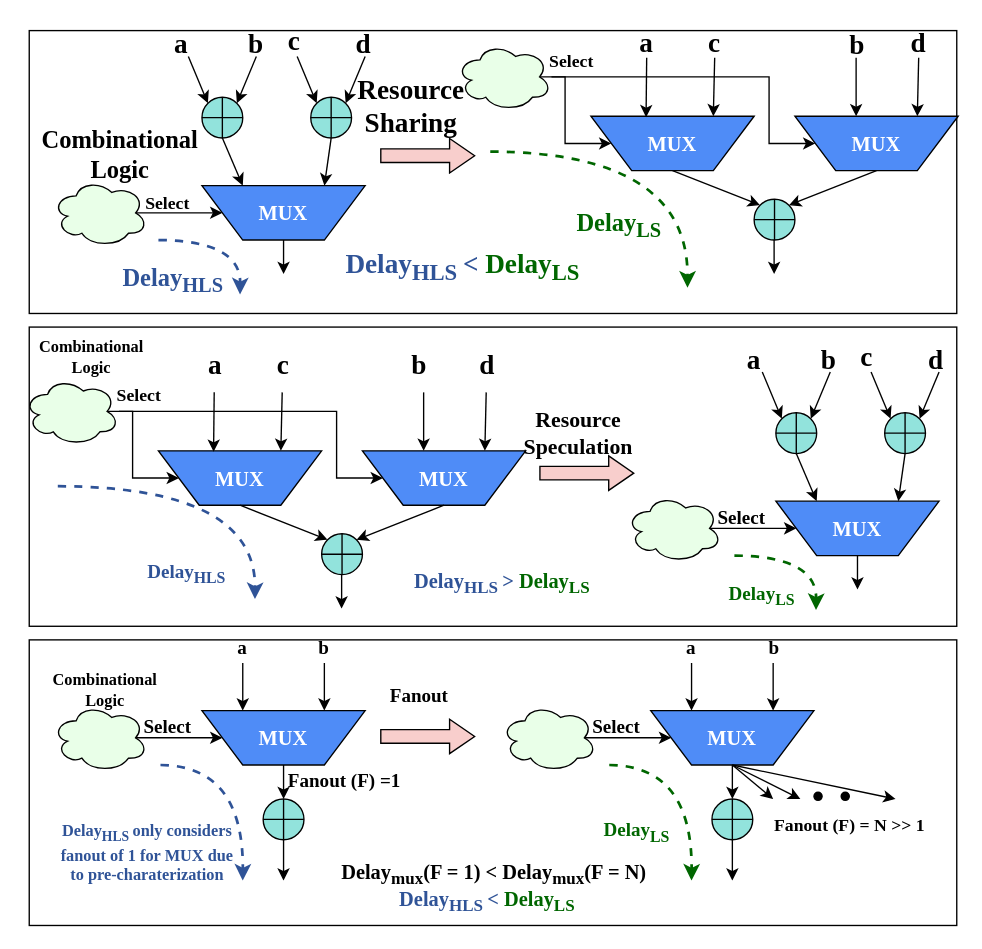
kxzhu0505/Delay-Padding-For-Multi-corner keeps this draw.io diagram as hlsls.drawio. Above is the earlier version. Source tidied: cells renumbered, new cells numbered last; positions are measured from the earlier drawing's top-left corner, leaving out a move shared by most shapes. Both pictures are drawn from the tidied source at 136%, with x=0, y=0 at pixel (23, 26).
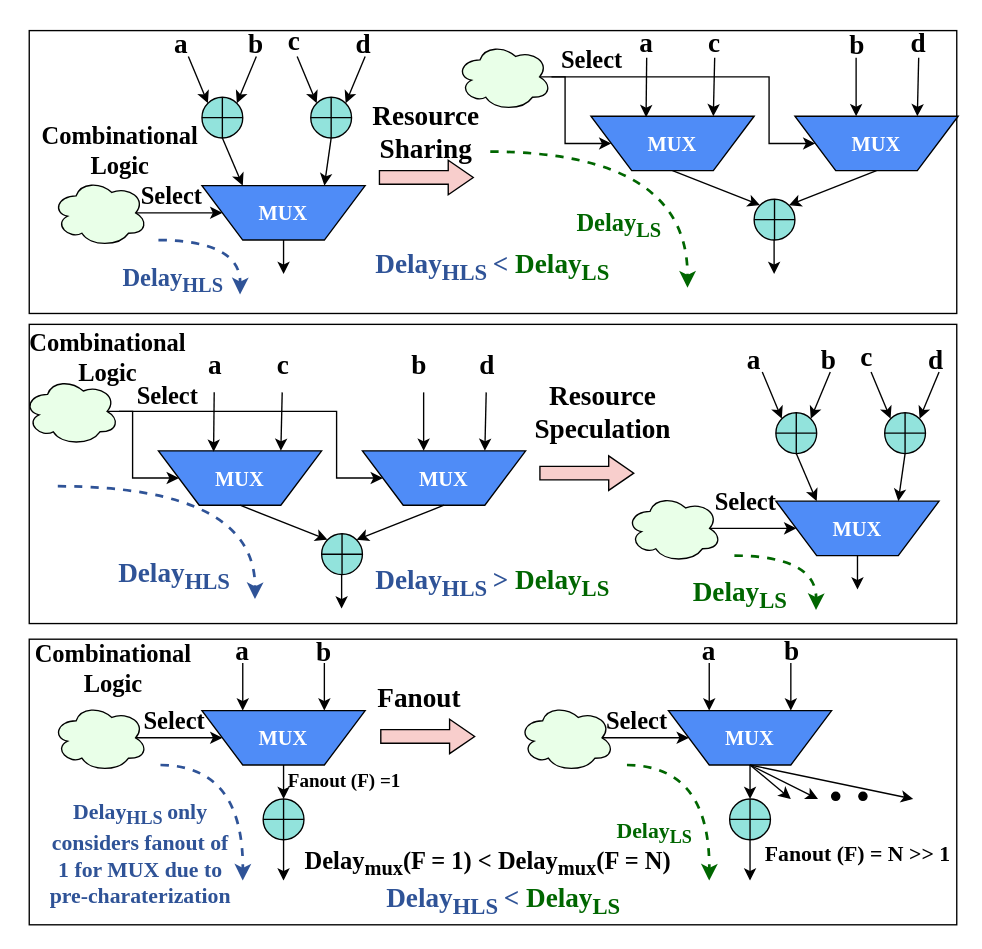
After the change.

The change refers to these unchanged cells:
```xml
<mxCell id="107" style="shape=trapezoid;perimeter=trapezoidPerimeter;whiteSpace=wrap;html=1;fixedSize=1;size=30;rotation=-180;fillColor=light-dark(#4f8cf7, #ededed);fontFamily=Times New Roman;" parent="106" vertex="1">
  <mxGeometry width="120" height="40" as="geometry" />
</mxCell>
```

The edit, as a diff of the source:
```diff
@@
     <mxCell id="2" style="rounded=0;whiteSpace=wrap;html=1;fontFamily=Times New Roman;" parent="1" vertex="1">
-      <mxGeometry x="4" y="451" width="682" height="210" as="geometry" />
+      <mxGeometry x="4" y="450.5" width="682" height="210" as="geometry" />
     </mxCell>
     <mxCell id="3" style="rounded=0;whiteSpace=wrap;html=1;fontFamily=Times New Roman;" parent="1" vertex="1">
-      <mxGeometry x="4" y="221" width="682" height="220" as="geometry" />
+      <mxGeometry x="4" y="219" width="682" height="220" as="geometry" />
     </mxCell>
@@
     <mxCell id="15" value="&lt;font style=&quot;font-size: 18px;&quot;&gt;Combinational&lt;/font&gt;&lt;div&gt;&lt;font style=&quot;font-size: 18px;&quot;&gt;Logic&lt;/font&gt;&lt;/div&gt;" style="text;html=1;align=center;verticalAlign=middle;whiteSpace=wrap;rounded=0;fontFamily=Times New Roman;fontStyle=1;" parent="1" vertex="1">
-      <mxGeometry x="21" y="80" width="100" height="30" as="geometry" />
+      <mxGeometry x="21" y="77" width="100" height="30" as="geometry" />
     </mxCell>
@@
     <mxCell id="30" style="shape=flexArrow;endArrow=classic;html=1;rounded=0;endWidth=14.35897435897436;endSize=5.805128205128206;fontFamily=Times New Roman;fillColor=#f8cecc;strokeColor=#000000;" parent="1" edge="1">
       <mxGeometry relative="1" as="geometry">
-        <mxPoint x="262" y="95" as="sourcePoint" />
-        <mxPoint x="332" y="95" as="targetPoint" />
+        <mxPoint x="261" y="111" as="sourcePoint" />
+        <mxPoint x="331" y="111" as="targetPoint" />
       </mxGeometry>
     </mxCell>
     <mxCell id="31" value="&lt;font style=&quot;font-size: 20px;&quot;&gt;&lt;b style=&quot;&quot;&gt;Resource&lt;/b&gt;&lt;/font&gt;&lt;div&gt;&lt;font style=&quot;font-size: 20px;&quot;&gt;&lt;b style=&quot;&quot;&gt;Sharing&lt;/b&gt;&lt;/font&gt;&lt;/div&gt;" style="text;html=1;align=center;verticalAlign=middle;whiteSpace=wrap;rounded=0;fontFamily=Times New Roman;" parent="1" vertex="1">
-      <mxGeometry x="235" y="43" width="100" height="30" as="geometry" />
+      <mxGeometry x="246" y="62" width="100" height="30" as="geometry" />
     </mxCell>
@@
-    <mxCell id="47" value="&lt;font&gt;Select&lt;/font&gt;" style="text;html=1;align=center;verticalAlign=middle;whiteSpace=wrap;rounded=0;fontFamily=Times New Roman;fontStyle=1;fontSize=13;" parent="1" vertex="1">
-      <mxGeometry x="81" y="117" width="50" height="25" as="geometry" />
+    <mxCell id="47" value="&lt;font style=&quot;font-size: 18px;&quot;&gt;Select&lt;/font&gt;" style="text;html=1;align=center;verticalAlign=middle;whiteSpace=wrap;rounded=0;fontFamily=Times New Roman;fontStyle=1;fontSize=13;" parent="1" vertex="1">
+      <mxGeometry x="84" y="112" width="50" height="25" as="geometry" />
     </mxCell>
-    <mxCell id="48" value="&lt;b&gt;Select&lt;/b&gt;" style="text;html=1;align=center;verticalAlign=middle;whiteSpace=wrap;rounded=0;fontFamily=Times New Roman;fontSize=13;" parent="1" vertex="1">
-      <mxGeometry x="378" y="12" width="50" height="25" as="geometry" />
-    </mxCell>
     <mxCell id="49" value="&lt;font style=&quot;font-size: 20px;&quot;&gt;&lt;font style=&quot;&quot;&gt;&lt;font style=&quot;color: rgb(47, 83, 151);&quot;&gt;Delay&lt;sub style=&quot;&quot;&gt;HLS&amp;nbsp;&lt;/sub&gt;&amp;lt;&amp;nbsp;&lt;/font&gt;&lt;/font&gt;&lt;font style=&quot;color: rgb(0, 102, 0);&quot;&gt;Delay&lt;sub style=&quot;&quot;&gt;LS&lt;/sub&gt;&lt;/font&gt;&lt;/font&gt;" style="text;html=1;align=center;verticalAlign=middle;whiteSpace=wrap;rounded=0;fontFamily=Times New Roman;fontStyle=1;" parent="1" vertex="1">
-      <mxGeometry x="258" y="162" width="130" height="30" as="geometry" />
+      <mxGeometry x="280" y="162" width="130" height="30" as="geometry" />
     </mxCell>
@@
-    <mxCell id="68" value="&lt;span&gt;&lt;font style=&quot;color: rgb(47, 83, 151);&quot;&gt;Delay&lt;sub&gt;HLS&lt;/sub&gt;&lt;/font&gt;&lt;/span&gt;" style="text;html=1;align=center;verticalAlign=middle;whiteSpace=wrap;rounded=0;fontFamily=Times New Roman;fontStyle=1;fontSize=14;" parent="1" vertex="1">
-      <mxGeometry x="70" y="388" width="100" height="30" as="geometry" />
+    <mxCell id="68" value="&lt;span&gt;&lt;font style=&quot;color: rgb(47, 83, 151); font-size: 20px;&quot;&gt;Delay&lt;sub&gt;HLS&lt;/sub&gt;&lt;/font&gt;&lt;/span&gt;" style="text;html=1;align=center;verticalAlign=middle;whiteSpace=wrap;rounded=0;fontFamily=Times New Roman;fontStyle=1;fontSize=14;" parent="1" vertex="1">
+      <mxGeometry x="61" y="389" width="100" height="30" as="geometry" />
     </mxCell>
-    <mxCell id="69" value="Select" style="text;html=1;align=center;verticalAlign=middle;whiteSpace=wrap;rounded=0;fontFamily=Times New Roman;fontStyle=1;fontSize=13;" parent="1" vertex="1">
-      <mxGeometry x="60" y="258" width="50" height="25" as="geometry" />
-    </mxCell>
-    <mxCell id="70" value="&lt;font style=&quot;font-size: 15px;&quot;&gt;&lt;span style=&quot;&quot;&gt;&lt;font style=&quot;&quot;&gt;&lt;font style=&quot;color: rgb(47, 83, 151);&quot;&gt;Delay&lt;sub style=&quot;&quot;&gt;HLS&amp;nbsp;&lt;/sub&gt;&amp;gt;&amp;nbsp;&lt;/font&gt;&lt;/font&gt;&lt;/span&gt;&lt;span style=&quot;&quot;&gt;&lt;font style=&quot;color: rgb(0, 102, 0);&quot;&gt;Delay&lt;sub style=&quot;&quot;&gt;LS&lt;/sub&gt;&lt;/font&gt;&lt;/span&gt;&lt;/font&gt;" style="text;html=1;align=center;verticalAlign=middle;whiteSpace=wrap;rounded=0;fontFamily=Times New Roman;fontStyle=1;" parent="1" vertex="1">
-      <mxGeometry x="287" y="394" width="130" height="30" as="geometry" />
+    <mxCell id="70" value="&lt;font style=&quot;font-size: 20px;&quot;&gt;&lt;font style=&quot;&quot;&gt;&lt;font style=&quot;color: rgb(47, 83, 151);&quot;&gt;Delay&lt;sub style=&quot;&quot;&gt;HLS&amp;nbsp;&lt;/sub&gt;&amp;gt;&amp;nbsp;&lt;/font&gt;&lt;/font&gt;&lt;font style=&quot;color: rgb(0, 102, 0);&quot;&gt;Delay&lt;sub style=&quot;&quot;&gt;LS&lt;/sub&gt;&lt;/font&gt;&lt;/font&gt;" style="text;html=1;align=center;verticalAlign=middle;whiteSpace=wrap;rounded=0;fontFamily=Times New Roman;fontStyle=1;" parent="1" vertex="1">
+      <mxGeometry x="280" y="394" width="130" height="30" as="geometry" />
     </mxCell>
@@
-    <mxCell id="75" value="Combinational&lt;div&gt;Logic&lt;/div&gt;" style="text;html=1;align=center;verticalAlign=middle;whiteSpace=wrap;rounded=0;fontFamily=Times New Roman;fontStyle=1;" parent="1" vertex="1">
-      <mxGeometry y="228" width="100" height="30" as="geometry" />
-    </mxCell>
@@
-    <mxCell id="87" value="&lt;span&gt;&lt;font style=&quot;color: rgb(0, 102, 0);&quot;&gt;Delay&lt;sub&gt;LS&lt;/sub&gt;&lt;/font&gt;&lt;/span&gt;" style="text;html=1;align=center;verticalAlign=middle;whiteSpace=wrap;rounded=0;fontFamily=Times New Roman;fontStyle=1;fontSize=14;" parent="1" vertex="1">
-      <mxGeometry x="493" y="404" width="100" height="30" as="geometry" />
+    <mxCell id="87" value="&lt;span&gt;&lt;font style=&quot;color: rgb(0, 102, 0); font-size: 20px;&quot;&gt;Delay&lt;sub&gt;LS&lt;/sub&gt;&lt;/font&gt;&lt;/span&gt;" style="text;html=1;align=center;verticalAlign=middle;whiteSpace=wrap;rounded=0;fontFamily=Times New Roman;fontStyle=1;fontSize=14;" parent="1" vertex="1">
+      <mxGeometry x="477" y="403" width="100" height="30" as="geometry" />
     </mxCell>
-    <mxCell id="88" value="Select" style="text;html=1;align=center;verticalAlign=middle;whiteSpace=wrap;rounded=0;fontFamily=Times New Roman;fontStyle=1;fontSize=14;" parent="1" vertex="1">
-      <mxGeometry x="503" y="349" width="50" height="25" as="geometry" />
-    </mxCell>
@@
-    <mxCell id="90" value="&lt;span&gt;Resource&lt;/span&gt;&lt;div&gt;&lt;span&gt;Speculation&lt;/span&gt;&lt;/div&gt;" style="text;html=1;align=center;verticalAlign=middle;whiteSpace=wrap;rounded=0;fontFamily=Times New Roman;fontStyle=1;fontSize=16;" parent="1" vertex="1">
-      <mxGeometry x="358" y="284.4" width="100" height="30" as="geometry" />
+    <mxCell id="90" value="&lt;span&gt;&lt;font style=&quot;font-size: 20px;&quot;&gt;Resource&lt;/font&gt;&lt;/span&gt;&lt;div&gt;&lt;span&gt;&lt;font style=&quot;font-size: 20px;&quot;&gt;Speculation&lt;/font&gt;&lt;/span&gt;&lt;/div&gt;" style="text;html=1;align=center;verticalAlign=middle;whiteSpace=wrap;rounded=0;fontFamily=Times New Roman;fontStyle=1;fontSize=16;" parent="1" vertex="1">
+      <mxGeometry x="376" y="268" width="100" height="30" as="geometry" />
     </mxCell>
@@
-    <mxCell id="97" value="&lt;font&gt;a&lt;/font&gt;" style="text;html=1;align=center;verticalAlign=middle;whiteSpace=wrap;rounded=0;fontFamily=Times New Roman;fontStyle=1;fontSize=14;" parent="1" vertex="1">
+    <mxCell id="97" value="&lt;font style=&quot;font-size: 20px;&quot;&gt;a&lt;/font&gt;" style="text;html=1;align=center;verticalAlign=middle;whiteSpace=wrap;rounded=0;fontFamily=Times New Roman;fontStyle=1;fontSize=14;" parent="1" vertex="1">
       <mxGeometry x="146" y="448" width="30" height="20" as="geometry" />
     </mxCell>
-    <mxCell id="98" value="&lt;font&gt;b&lt;/font&gt;" style="text;html=1;align=center;verticalAlign=middle;whiteSpace=wrap;rounded=0;fontFamily=Times New Roman;fontStyle=1;fontSize=14;" parent="1" vertex="1">
-      <mxGeometry x="206" y="448" width="30" height="20" as="geometry" />
+    <mxCell id="98" value="&lt;font style=&quot;font-size: 20px;&quot;&gt;b&lt;/font&gt;" style="text;html=1;align=center;verticalAlign=middle;whiteSpace=wrap;rounded=0;fontFamily=Times New Roman;fontStyle=1;fontSize=14;" parent="1" vertex="1">
+      <mxGeometry x="206" y="449" width="30" height="20" as="geometry" />
     </mxCell>
@@
-    <mxCell id="102" value="&lt;span&gt;&lt;font style=&quot;color: rgb(47, 83, 151);&quot;&gt;Delay&lt;sub style=&quot;&quot;&gt;HLS &lt;/sub&gt;only considers fanout of 1 for MUX due to pre-charaterization&lt;/font&gt;&lt;/span&gt;" style="text;html=1;align=center;verticalAlign=middle;whiteSpace=wrap;rounded=0;fontFamily=Times New Roman;fontStyle=1;" parent="1" vertex="1">
-      <mxGeometry x="21" y="568" width="140" height="80" as="geometry" />
+    <mxCell id="102" value="&lt;span&gt;&lt;font style=&quot;color: rgb(47, 83, 151); font-size: 16px;&quot;&gt;Delay&lt;sub style=&quot;&quot;&gt;HLS &lt;/sub&gt;only considers fanout of 1 for MUX due to pre-charaterization&lt;/font&gt;&lt;/span&gt;" style="text;html=1;align=center;verticalAlign=middle;whiteSpace=wrap;rounded=0;fontFamily=Times New Roman;fontStyle=1;" parent="1" vertex="1">
+      <mxGeometry x="16" y="568" width="140" height="80" as="geometry" />
     </mxCell>
-    <mxCell id="103" value="Select" style="text;html=1;align=center;verticalAlign=middle;whiteSpace=wrap;rounded=0;fontFamily=Times New Roman;fontStyle=1;fontSize=14;" parent="1" vertex="1">
-      <mxGeometry x="81" y="503" width="50" height="25" as="geometry" />
-    </mxCell>
@@
     <mxCell id="106" style="group;fontFamily=Times New Roman;" parent="1" vertex="1">
-      <mxGeometry x="461" y="503" width="120" height="40" as="geometry" />
+      <mxGeometry x="474" y="503" width="120" height="40" as="geometry" />
     </mxCell>
@@
     <mxCell id="109" style="ellipse;shape=cloud;whiteSpace=wrap;html=1;fillColor=light-dark(#E9FFE8,#1F2F1E);fontFamily=Times New Roman;strokeColor=light-dark(#000000, #446e2c);" parent="1" vertex="1">
-      <mxGeometry x="351" y="498" width="70" height="50" as="geometry" />
+      <mxGeometry x="364" y="498" width="70" height="50" as="geometry" />
     </mxCell>
     <mxCell id="110" style="endArrow=classic;html=1;rounded=0;entryX=0.75;entryY=1;entryDx=0;entryDy=0;fontFamily=Times New Roman;" parent="1" edge="1" target="107">
       <mxGeometry relative="1" as="geometry">
-        <mxPoint x="491" y="468" as="sourcePoint" />
+        <mxPoint x="504" y="468" as="sourcePoint" />
       </mxGeometry>
     </mxCell>
     <mxCell id="111" style="endArrow=classic;html=1;rounded=0;entryX=0.25;entryY=1;entryDx=0;entryDy=0;fontFamily=Times New Roman;" parent="1" edge="1" target="107">
       <mxGeometry relative="1" as="geometry">
-        <mxPoint x="551" y="468" as="sourcePoint" />
+        <mxPoint x="564" y="468" as="sourcePoint" />
       </mxGeometry>
     </mxCell>
-    <mxCell id="112" value="&lt;font&gt;a&lt;/font&gt;" style="text;html=1;align=center;verticalAlign=middle;whiteSpace=wrap;rounded=0;fontFamily=Times New Roman;fontStyle=1;fontSize=14;" parent="1" vertex="1">
-      <mxGeometry x="476" y="448" width="30" height="20" as="geometry" />
+    <mxCell id="112" value="&lt;font style=&quot;font-size: 20px;&quot;&gt;a&lt;/font&gt;" style="text;html=1;align=center;verticalAlign=middle;whiteSpace=wrap;rounded=0;fontFamily=Times New Roman;fontStyle=1;fontSize=14;" parent="1" vertex="1">
+      <mxGeometry x="489" y="448" width="30" height="20" as="geometry" />
     </mxCell>
-    <mxCell id="113" value="&lt;font&gt;b&lt;/font&gt;" style="text;html=1;align=center;verticalAlign=middle;whiteSpace=wrap;rounded=0;fontFamily=Times New Roman;fontStyle=1;fontSize=14;" parent="1" vertex="1">
-      <mxGeometry x="537" y="448" width="30" height="20" as="geometry" />
+    <mxCell id="113" value="&lt;font style=&quot;font-size: 20px;&quot;&gt;b&lt;/font&gt;" style="text;html=1;align=center;verticalAlign=middle;whiteSpace=wrap;rounded=0;fontFamily=Times New Roman;fontStyle=1;fontSize=14;" parent="1" vertex="1">
+      <mxGeometry x="550" y="448" width="30" height="20" as="geometry" />
     </mxCell>
@@
     <mxCell id="115" style="endArrow=classic;html=1;rounded=0;exitX=0.5;exitY=0;exitDx=0;exitDy=0;fontFamily=Times New Roman;" parent="1" edge="1" source="107">
       <mxGeometry relative="1" as="geometry">
-        <mxPoint x="521" y="568" as="targetPoint" />
+        <mxPoint x="534" y="568" as="targetPoint" />
       </mxGeometry>
     </mxCell>
     <mxCell id="116" style="endArrow=classic;html=1;rounded=0;edgeStyle=orthogonalEdgeStyle;curved=1;dashed=1;strokeColor=#006600;strokeWidth=2;fontFamily=Times New Roman;" parent="1" edge="1">
       <mxGeometry relative="1" as="geometry">
-        <mxPoint x="430.5" y="543" as="sourcePoint" />
-        <mxPoint x="491" y="628" as="targetPoint" />
+        <mxPoint x="443.5" y="543" as="sourcePoint" />
+        <mxPoint x="504" y="628" as="targetPoint" />
       </mxGeometry>
     </mxCell>
-    <mxCell id="117" value="&lt;span&gt;&lt;font style=&quot;color: rgb(0, 102, 0);&quot;&gt;Delay&lt;sub&gt;LS&lt;/sub&gt;&lt;/font&gt;&lt;/span&gt;" style="text;html=1;align=center;verticalAlign=middle;whiteSpace=wrap;rounded=0;fontFamily=Times New Roman;fontStyle=1;fontSize=14;" parent="1" vertex="1">
-      <mxGeometry x="401" y="578" width="100" height="30" as="geometry" />
+    <mxCell id="117" value="&lt;span&gt;&lt;font style=&quot;color: rgb(0, 102, 0); font-size: 16px;&quot;&gt;Delay&lt;sub&gt;LS&lt;/sub&gt;&lt;/font&gt;&lt;/span&gt;" style="text;html=1;align=center;verticalAlign=middle;whiteSpace=wrap;rounded=0;fontFamily=Times New Roman;fontStyle=1;fontSize=14;" parent="1" vertex="1">
+      <mxGeometry x="414" y="578" width="100" height="30" as="geometry" />
     </mxCell>
-    <mxCell id="118" value="Select" style="text;html=1;align=center;verticalAlign=middle;whiteSpace=wrap;rounded=0;fontFamily=Times New Roman;fontStyle=1;fontSize=14;" parent="1" vertex="1">
-      <mxGeometry x="411" y="503" width="50" height="25" as="geometry" />
-    </mxCell>
     <mxCell id="119" style="verticalLabelPosition=bottom;verticalAlign=top;html=1;shape=mxgraph.flowchart.summing_function;fillColor=#92E3DC;fontFamily=Times New Roman;" parent="1" vertex="1">
-      <mxGeometry x="506" y="568" width="30" height="30" as="geometry" />
+      <mxGeometry x="519" y="568" width="30" height="30" as="geometry" />
     </mxCell>
     <mxCell id="120" style="endArrow=classic;html=1;rounded=0;exitX=0.5;exitY=1;exitDx=0;exitDy=0;exitPerimeter=0;fontFamily=Times New Roman;" parent="1" edge="1" source="119">
       <mxGeometry relative="1" as="geometry">
-        <mxPoint x="521" y="628" as="targetPoint" />
+        <mxPoint x="534" y="628" as="targetPoint" />
       </mxGeometry>
     </mxCell>
@@
-    <mxCell id="122" value="&lt;b&gt;Fanout&lt;/b&gt;" style="text;html=1;align=center;verticalAlign=middle;whiteSpace=wrap;rounded=0;fontFamily=Times New Roman;fontSize=14;" parent="1" vertex="1">
+    <mxCell id="122" value="&lt;b&gt;&lt;font style=&quot;font-size: 20px;&quot;&gt;Fanout&lt;/font&gt;&lt;/b&gt;" style="text;html=1;align=center;verticalAlign=middle;whiteSpace=wrap;rounded=0;fontFamily=Times New Roman;fontSize=14;" parent="1" vertex="1">
       <mxGeometry x="241" y="478" width="100" height="30" as="geometry" />
     </mxCell>
@@
     <mxCell id="124" style="endArrow=classic;html=1;rounded=0;exitX=0.5;exitY=0;exitDx=0;exitDy=0;fontFamily=Times New Roman;" parent="1" edge="1" source="107">
       <mxGeometry relative="1" as="geometry">
-        <mxPoint x="551" y="568" as="targetPoint" />
+        <mxPoint x="564" y="568" as="targetPoint" />
       </mxGeometry>
     </mxCell>
     <mxCell id="125" style="endArrow=classic;html=1;rounded=0;exitX=0.5;exitY=0;exitDx=0;exitDy=0;fontFamily=Times New Roman;" parent="1" edge="1" source="107">
       <mxGeometry relative="1" as="geometry">
-        <mxPoint x="571" y="568" as="targetPoint" />
+        <mxPoint x="584" y="568" as="targetPoint" />
       </mxGeometry>
     </mxCell>
     <mxCell id="126" style="endArrow=classic;html=1;rounded=0;exitX=0.5;exitY=0;exitDx=0;exitDy=0;fontFamily=Times New Roman;" parent="1" edge="1" source="107">
       <mxGeometry relative="1" as="geometry">
-        <mxPoint x="641" y="568" as="targetPoint" />
+        <mxPoint x="654" y="568" as="targetPoint" />
       </mxGeometry>
     </mxCell>
     <mxCell id="127" style="ellipse;whiteSpace=wrap;html=1;fillColor=#000000;fontFamily=Times New Roman;" parent="1" vertex="1">
-      <mxGeometry x="581" y="563" width="6" height="6" as="geometry" />
+      <mxGeometry x="594" y="563" width="6" height="6" as="geometry" />
     </mxCell>
     <mxCell id="128" style="ellipse;whiteSpace=wrap;html=1;fillColor=#000000;fontFamily=Times New Roman;" parent="1" vertex="1">
-      <mxGeometry x="601" y="563" width="6" height="6" as="geometry" />
+      <mxGeometry x="614" y="563" width="6" height="6" as="geometry" />
     </mxCell>
-    <mxCell id="129" value="Fanout (F) = N &amp;gt;&amp;gt; 1" style="text;html=1;align=center;verticalAlign=middle;whiteSpace=wrap;rounded=0;fontFamily=Times New Roman;fontStyle=1;fontSize=13;" parent="1" vertex="1">
-      <mxGeometry x="549" y="573" width="117" height="28" as="geometry" />
+    <mxCell id="129" value="&lt;font style=&quot;font-size: 16px;&quot;&gt;Fanout (F) = N &amp;gt;&amp;gt; 1&lt;/font&gt;" style="text;html=1;align=center;verticalAlign=middle;whiteSpace=wrap;rounded=0;fontFamily=Times New Roman;fontStyle=1;fontSize=13;" parent="1" vertex="1">
+      <mxGeometry x="540" y="594" width="147" height="28" as="geometry" />
     </mxCell>
-    <mxCell id="130" value="&lt;font style=&quot;font-size: 15px;&quot;&gt;&lt;span style=&quot;&quot;&gt;&lt;font style=&quot;&quot;&gt;&lt;font style=&quot;color: rgb(47, 83, 151);&quot;&gt;Delay&lt;sub style=&quot;&quot;&gt;HLS&amp;nbsp;&lt;/sub&gt;&amp;lt;&amp;nbsp;&lt;/font&gt;&lt;/font&gt;&lt;/span&gt;&lt;span style=&quot;&quot;&gt;&lt;font style=&quot;color: rgb(0, 102, 0);&quot;&gt;Delay&lt;sub style=&quot;&quot;&gt;LS&lt;/sub&gt;&lt;/font&gt;&lt;/span&gt;&lt;/font&gt;" style="text;html=1;align=center;verticalAlign=middle;whiteSpace=wrap;rounded=0;fontFamily=Times New Roman;fontStyle=1;" parent="1" vertex="1">
-      <mxGeometry x="276" y="628" width="130" height="30" as="geometry" />
+    <mxCell id="130" value="&lt;font style=&quot;font-size: 20px;&quot;&gt;&lt;font style=&quot;&quot;&gt;&lt;font style=&quot;color: rgb(47, 83, 151);&quot;&gt;Delay&lt;sub style=&quot;&quot;&gt;HLS&amp;nbsp;&lt;/sub&gt;&amp;lt;&amp;nbsp;&lt;/font&gt;&lt;/font&gt;&lt;font style=&quot;color: rgb(0, 102, 0);&quot;&gt;Delay&lt;sub style=&quot;&quot;&gt;LS&lt;/sub&gt;&lt;/font&gt;&lt;/font&gt;" style="text;html=1;align=center;verticalAlign=middle;whiteSpace=wrap;rounded=0;fontFamily=Times New Roman;fontStyle=1;" parent="1" vertex="1">
+      <mxGeometry x="288" y="628" width="130" height="30" as="geometry" />
     </mxCell>
-    <mxCell id="131" value="&lt;font style=&quot;color: rgb(0, 0, 0);&quot;&gt;&lt;span style=&quot;font-size: 15px;&quot;&gt;&lt;span style=&quot;&quot;&gt;Delay&lt;sub&gt;mux&lt;/sub&gt;(F = 1) &amp;lt; Delay&lt;sub&gt;mux&lt;/sub&gt;(F = N)&lt;/span&gt;&lt;/span&gt;&lt;/font&gt;" style="text;html=1;align=center;verticalAlign=middle;whiteSpace=wrap;rounded=0;fontFamily=Times New Roman;fontStyle=1;" parent="1" vertex="1">
-      <mxGeometry x="221" y="608" width="250" height="30" as="geometry" />
+    <mxCell id="131" value="&lt;font style=&quot;color: rgb(0, 0, 0); font-size: 18px;&quot;&gt;Delay&lt;sub style=&quot;&quot;&gt;mux&lt;/sub&gt;(F = 1) &amp;lt; Delay&lt;sub style=&quot;&quot;&gt;mux&lt;/sub&gt;(F = N)&lt;/font&gt;" style="text;html=1;align=center;verticalAlign=middle;whiteSpace=wrap;rounded=0;fontFamily=Times New Roman;fontStyle=1;" parent="1" vertex="1">
+      <mxGeometry x="184" y="601" width="315" height="30" as="geometry" />
     </mxCell>
-    <mxCell id="132" value="Combinational&lt;div&gt;Logic&lt;/div&gt;" style="text;html=1;align=center;verticalAlign=middle;whiteSpace=wrap;rounded=0;fontFamily=Times New Roman;fontStyle=1;" parent="1" vertex="1">
-      <mxGeometry x="10" y="473" width="100" height="30" as="geometry" />
-    </mxCell>
@@
+    <mxCell id="145" value="&lt;font style=&quot;font-size: 18px;&quot;&gt;Select&lt;/font&gt;" style="text;html=1;align=center;verticalAlign=middle;whiteSpace=wrap;rounded=0;fontFamily=Times New Roman;fontStyle=1;fontSize=13;" parent="1" vertex="1">
+      <mxGeometry x="393" y="12" width="50" height="25" as="geometry" />
+    </mxCell>
+    <mxCell id="146" value="&lt;font style=&quot;font-size: 18px;&quot;&gt;Combinational&lt;/font&gt;&lt;div&gt;&lt;font style=&quot;font-size: 18px;&quot;&gt;Logic&lt;/font&gt;&lt;/div&gt;" style="text;html=1;align=center;verticalAlign=middle;whiteSpace=wrap;rounded=0;fontFamily=Times New Roman;fontStyle=1;" parent="1" vertex="1">
+      <mxGeometry x="12" y="229" width="100" height="30" as="geometry" />
+    </mxCell>
+    <mxCell id="147" value="&lt;font style=&quot;font-size: 18px;&quot;&gt;Select&lt;/font&gt;" style="text;html=1;align=center;verticalAlign=middle;whiteSpace=wrap;rounded=0;fontFamily=Times New Roman;fontStyle=1;fontSize=13;" parent="1" vertex="1">
+      <mxGeometry x="81" y="259" width="50" height="25" as="geometry" />
+    </mxCell>
+    <mxCell id="148" value="&lt;font style=&quot;font-size: 18px;&quot;&gt;Select&lt;/font&gt;" style="text;html=1;align=center;verticalAlign=middle;whiteSpace=wrap;rounded=0;fontFamily=Times New Roman;fontStyle=1;fontSize=13;" parent="1" vertex="1">
+      <mxGeometry x="506" y="337" width="50" height="25" as="geometry" />
+    </mxCell>
+    <mxCell id="149" value="&lt;font style=&quot;font-size: 18px;&quot;&gt;Combinational&lt;/font&gt;&lt;div&gt;&lt;font style=&quot;font-size: 18px;&quot;&gt;Logic&lt;/font&gt;&lt;/div&gt;" style="text;html=1;align=center;verticalAlign=middle;whiteSpace=wrap;rounded=0;fontFamily=Times New Roman;fontStyle=1;" parent="1" vertex="1">
+      <mxGeometry x="16" y="458" width="100" height="30" as="geometry" />
+    </mxCell>
+    <mxCell id="150" value="&lt;font style=&quot;font-size: 18px;&quot;&gt;Select&lt;/font&gt;" style="text;html=1;align=center;verticalAlign=middle;whiteSpace=wrap;rounded=0;fontFamily=Times New Roman;fontStyle=1;fontSize=13;" parent="1" vertex="1">
+      <mxGeometry x="86" y="498" width="50" height="25" as="geometry" />
+    </mxCell>
+    <mxCell id="151" value="&lt;font style=&quot;font-size: 18px;&quot;&gt;Select&lt;/font&gt;" style="text;html=1;align=center;verticalAlign=middle;whiteSpace=wrap;rounded=0;fontFamily=Times New Roman;fontStyle=1;fontSize=13;" parent="1" vertex="1">
+      <mxGeometry x="426" y="498" width="50" height="25" as="geometry" />
+    </mxCell>
```
